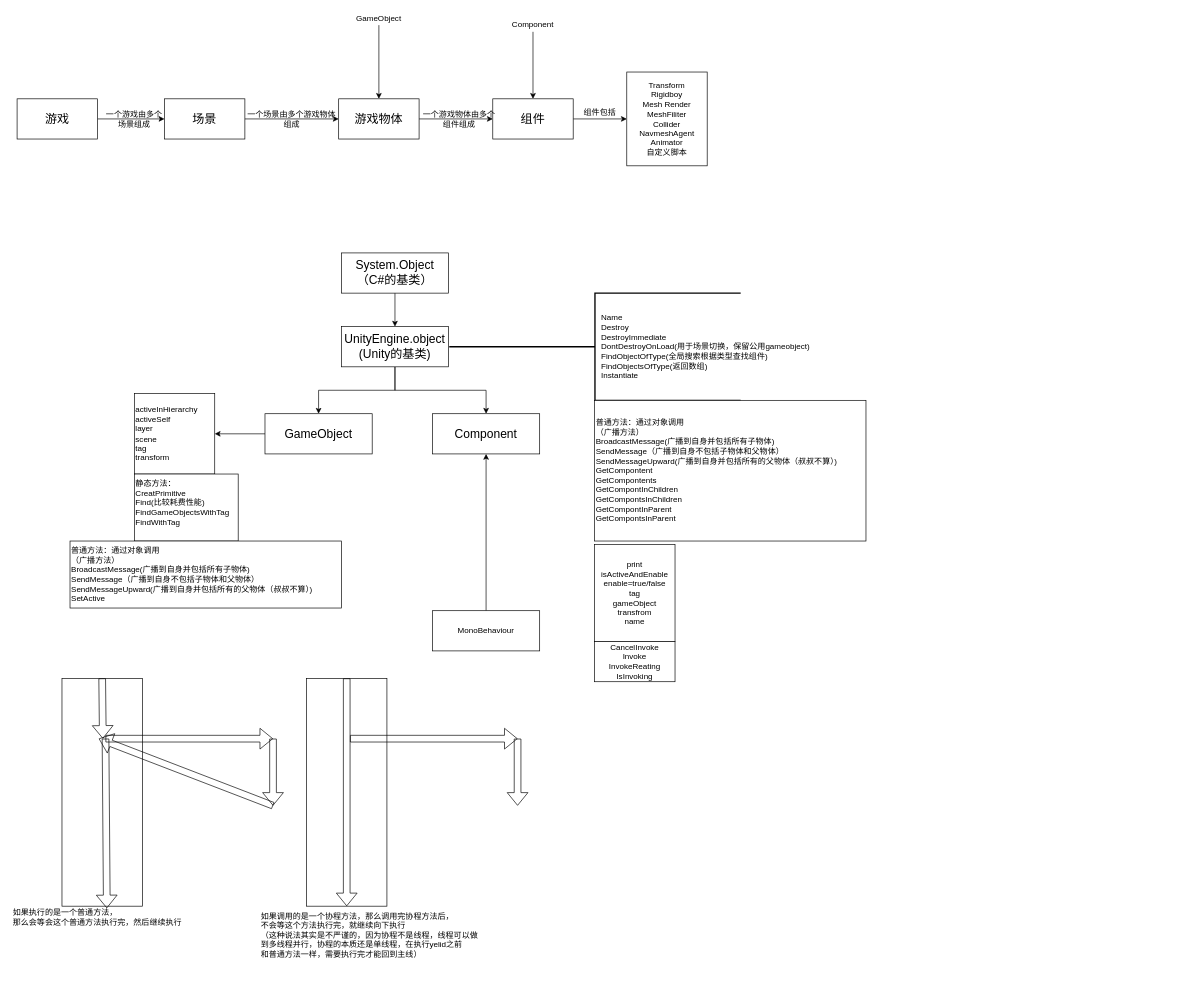
The draw.io diagram page "主UML" (1 of 2) of Unity流程.drawio in OJMars/Unity, before the edit. Source tidied: cells renumbered, new cells numbered last; positions are measured from the earlier drawing's top-left corner, leaving out a move shared by most shapes. Both pictures are drawn from the tidied source at 67%, with x=0, y=0 at pixel (11, 11).
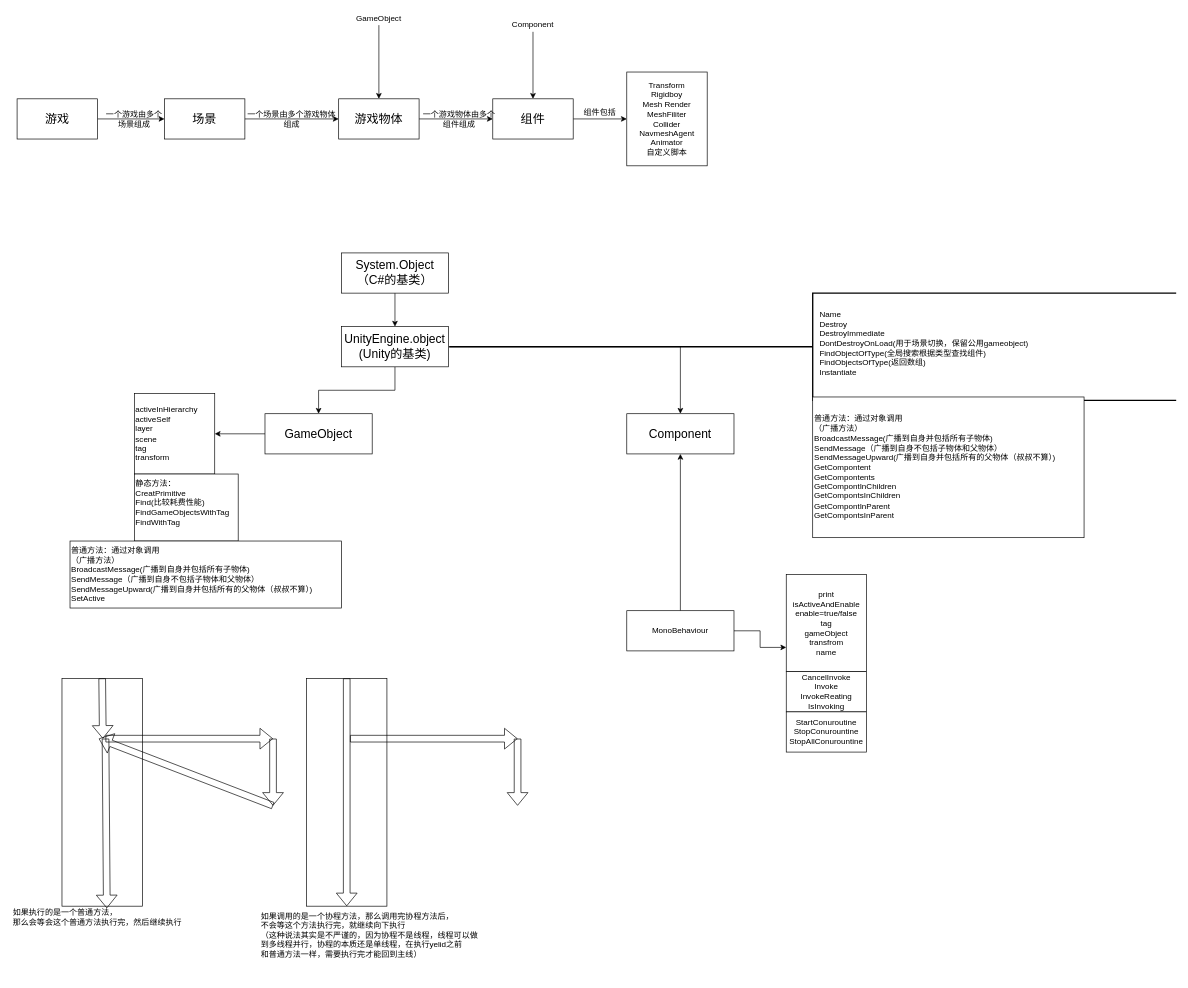
The same diagram, later.

What changed in the source:
```diff
@@
     <mxCell id="26" value="&lt;span style=&quot;font-size: 18px&quot;&gt;Component&lt;/span&gt;" style="rounded=0;whiteSpace=wrap;html=1;" parent="1" vertex="1">
-      <mxGeometry x="628" y="600" width="160" height="60" as="geometry" />
+      <mxGeometry x="918" y="600" width="160" height="60" as="geometry" />
     </mxCell>
     <mxCell id="27" style="strokeWidth=2;html=1;shape=mxgraph.flowchart.annotation_2;align=left;" parent="1" vertex="1">
-      <mxGeometry x="653" y="420" width="435" height="160" as="geometry" />
+      <mxGeometry x="653" y="420" width="1085" height="160" as="geometry" />
     </mxCell>
     <mxCell id="28" value="Name&lt;br&gt;Destroy&lt;br&gt;DestroyImmediate&lt;br&gt;DontDestroyOnLoad(用于场景切换，保留公用gameobject)&lt;br&gt;FindObjectOfType(全局搜索根据类型查找组件)&lt;br&gt;FindObjectsOfType(返回数组)&lt;br&gt;Instantiate&lt;br&gt;" style="text;html=1;strokeColor=none;fillColor=none;align=left;verticalAlign=middle;whiteSpace=wrap;rounded=0;" parent="1" vertex="1">
-      <mxGeometry x="878" y="425" width="350" height="150" as="geometry" />
+      <mxGeometry x="1203.5" y="420" width="350" height="150" as="geometry" />
     </mxCell>
@@
     <mxCell id="32" value="普通方法：通过对象调用&lt;br&gt;&lt;div style=&quot;text-align: left&quot;&gt;（广播方法）&lt;/div&gt;&lt;div style=&quot;text-align: left&quot;&gt;BroadcastMessage(广播到自身并包括所有子物体)&lt;/div&gt;&lt;div style=&quot;text-align: left&quot;&gt;SendMessage（广播到自身不包括子物体和父物体）&lt;/div&gt;&lt;div style=&quot;text-align: left&quot;&gt;SendMessageUpward(广播到自身并包括所有的父物体（叔叔不算）)&lt;/div&gt;&lt;div style=&quot;text-align: left&quot;&gt;GetCompontent&lt;/div&gt;&lt;div style=&quot;text-align: left&quot;&gt;GetCompontents&lt;/div&gt;&lt;div style=&quot;text-align: left&quot;&gt;GetCompontInChildren&lt;/div&gt;&lt;div style=&quot;text-align: left&quot;&gt;GetCompontsInChildren&lt;/div&gt;&lt;div style=&quot;text-align: left&quot;&gt;GetCompontInParent&lt;/div&gt;&lt;div style=&quot;text-align: left&quot;&gt;GetCompontsInParent&lt;/div&gt;" style="rounded=0;whiteSpace=wrap;html=1;align=left;" parent="1" vertex="1">
-      <mxGeometry x="870" y="580" width="405" height="210" as="geometry" />
+      <mxGeometry x="1195.5" y="575" width="405" height="210" as="geometry" />
     </mxCell>
@@
+    <mxCell id="49" style="edgeStyle=orthogonalEdgeStyle;rounded=0;jettySize=auto;html=1;entryX=0;entryY=0.75;entryDx=0;entryDy=0;" parent="1" edge="1" source="34" target="35">
+      <mxGeometry relative="1" as="geometry" />
+    </mxCell>
     <mxCell id="34" value="MonoBehaviour" style="rounded=0;whiteSpace=wrap;html=1;" parent="1" vertex="1">
-      <mxGeometry x="628" y="894" width="160" height="60" as="geometry" />
+      <mxGeometry x="918" y="894" width="160" height="60" as="geometry" />
     </mxCell>
     <mxCell id="35" value="print&lt;br&gt;isActiveAndEnable&lt;br&gt;enable=true/false&lt;br&gt;tag&lt;br&gt;gameObject&lt;br&gt;transfrom&lt;br&gt;name&lt;br&gt;" style="rounded=0;whiteSpace=wrap;html=1;" parent="1" vertex="1">
-      <mxGeometry x="870" y="795" width="120" height="145" as="geometry" />
+      <mxGeometry x="1156" y="840" width="120" height="145" as="geometry" />
     </mxCell>
     <mxCell id="36" value="CancelInvoke&lt;br&gt;Invoke&lt;br&gt;InvokeReating&lt;br&gt;IsInvoking&lt;br&gt;" style="rounded=0;whiteSpace=wrap;html=1;" parent="1" vertex="1">
-      <mxGeometry x="870" y="940" width="120" height="60" as="geometry" />
+      <mxGeometry x="1156" y="985" width="120" height="60" as="geometry" />
     </mxCell>
@@
+    <mxCell id="50" value="StartConuroutine&lt;br&gt;StopConurountine&lt;br&gt;StopAllConurountine&lt;br&gt;" style="rounded=0;whiteSpace=wrap;html=1;" parent="1" vertex="1">
+      <mxGeometry x="1156" y="1045" width="120" height="60" as="geometry" />
+    </mxCell>
```
